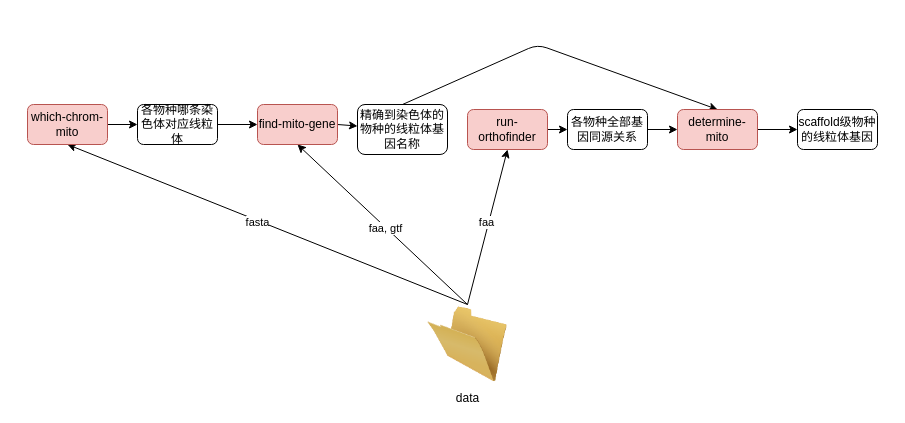
Before: .structure/structure.drawio in zliu90693/check-scaffold-mito, a draw.io diagram. Source tidied: cells renumbered, new cells numbered last; positions are measured from the earlier drawing's top-left corner, leaving out a move shared by most shapes. Both pictures are drawn from the tidied source at 100%, with x=0, y=0 at pixel (27, 44).
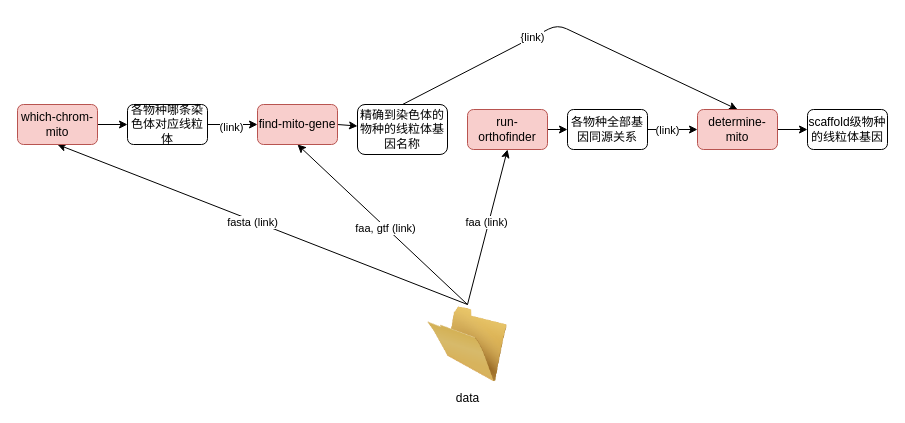
The same diagram, later.

The change refers to these unchanged cells:
```xml
<mxCell id="2" style="edgeStyle=none;html=1;exitX=0.5;exitY=0;exitDx=0;exitDy=0;entryX=0.5;entryY=1;entryDx=0;entryDy=0;" parent="1" edge="1" source="8" target="10">
  <mxGeometry relative="1" as="geometry" />
</mxCell>
<mxCell id="4" style="edgeStyle=none;html=1;exitX=0.5;exitY=0;exitDx=0;exitDy=0;entryX=0.5;entryY=1;entryDx=0;entryDy=0;" parent="1" edge="1" source="8" target="14">
  <mxGeometry relative="1" as="geometry" />
</mxCell>
<mxCell id="6" style="edgeStyle=none;html=1;exitX=0.5;exitY=0;exitDx=0;exitDy=0;entryX=0.5;entryY=1;entryDx=0;entryDy=0;" parent="1" edge="1" source="8" target="18">
  <mxGeometry relative="1" as="geometry" />
</mxCell>
<mxCell id="11" style="edgeStyle=none;html=1;exitX=1;exitY=0.5;exitDx=0;exitDy=0;entryX=0;entryY=0.5;entryDx=0;entryDy=0;" parent="1" edge="1" source="12" target="14">
  <mxGeometry relative="1" as="geometry" />
</mxCell>
<mxCell id="16" value="精确到染色体的物种的线粒体基因名称" style="rounded=1;whiteSpace=wrap;html=1;" parent="1" vertex="1">
  <mxGeometry x="330" y="60" width="90" height="50" as="geometry" />
</mxCell>
<mxCell id="19" style="edgeStyle=none;html=1;exitX=1;exitY=0.5;exitDx=0;exitDy=0;entryX=0;entryY=0.5;entryDx=0;entryDy=0;" parent="1" edge="1" source="20" target="22">
  <mxGeometry relative="1" as="geometry" />
</mxCell>
```

What changed in the source:
```diff
@@
-    <mxCell id="3" value="fasta" style="edgeLabel;html=1;align=center;verticalAlign=middle;" parent="2" vertex="1">
+    <mxCell id="3" value="fasta (link)" style="edgeLabel;html=1;align=center;verticalAlign=middle;" parent="2" vertex="1">
       <mxGeometry x="0.05" y="2" relative="1" as="geometry" />
     </mxCell>
@@
-    <mxCell id="5" value="faa, gtf" style="edgeLabel;html=1;align=center;verticalAlign=middle;" parent="4" vertex="1">
+    <mxCell id="5" value="faa, gtf (link)" style="edgeLabel;html=1;align=center;verticalAlign=middle;" parent="4" vertex="1">
       <mxGeometry x="-0.03" y="1" relative="1" as="geometry" />
     </mxCell>
@@
-    <mxCell id="7" value="faa" style="edgeLabel;html=1;align=center;verticalAlign=middle;" parent="6" vertex="1">
+    <mxCell id="7" value="faa (link)" style="edgeLabel;html=1;align=center;verticalAlign=middle;" parent="6" vertex="1">
       <mxGeometry x="0.05" y="3" relative="1" as="geometry" />
     </mxCell>
@@
     <mxCell id="10" value="which-chrom-mito" style="rounded=1;whiteSpace=wrap;html=1;fillColor=#f8cecc;strokeColor=#b85450;" parent="1" vertex="1">
-      <mxGeometry y="60" width="80" height="40" as="geometry" />
+      <mxGeometry x="-10" y="60" width="80" height="40" as="geometry" />
     </mxCell>
@@
+    <mxCell id="24" value="(link)" style="edgeLabel;html=1;align=center;verticalAlign=middle;" parent="11" vertex="1">
+      <mxGeometry x="-0.07" y="-2" relative="1" as="geometry" />
+    </mxCell>
     <mxCell id="12" value="各物种哪条染色体对应线粒体" style="rounded=1;whiteSpace=wrap;html=1;" parent="1" vertex="1">
-      <mxGeometry x="110" y="60" width="80" height="40" as="geometry" />
+      <mxGeometry x="100" y="60" width="80" height="40" as="geometry" />
     </mxCell>
@@
     <mxCell id="15" style="edgeStyle=none;html=1;exitX=0.5;exitY=0;exitDx=0;exitDy=0;entryX=0.5;entryY=0;entryDx=0;entryDy=0;" parent="1" edge="1" source="16" target="22">
       <mxGeometry relative="1" as="geometry">
         <Array as="points">
-          <mxPoint x="510" />
+          <mxPoint x="530" y="-20" />
         </Array>
       </mxGeometry>
     </mxCell>
+    <mxCell id="25" value="{link)" style="edgeLabel;html=1;align=center;verticalAlign=middle;" parent="15" vertex="1">
+      <mxGeometry x="-0.22" y="1" relative="1" as="geometry" />
+    </mxCell>
@@
+    <mxCell id="26" value="(link)" style="edgeLabel;html=1;align=center;verticalAlign=middle;" parent="19" vertex="1">
+      <mxGeometry x="-0.24" relative="1" as="geometry" />
+    </mxCell>
@@
     <mxCell id="22" value="determine-mito" style="rounded=1;whiteSpace=wrap;html=1;fillColor=#f8cecc;strokeColor=#b85450;" parent="1" vertex="1">
-      <mxGeometry x="650" y="65" width="80" height="40" as="geometry" />
+      <mxGeometry x="670" y="65" width="80" height="40" as="geometry" />
     </mxCell>
     <mxCell id="23" value="scaffold级物种的线粒体基因" style="rounded=1;whiteSpace=wrap;html=1;" parent="1" vertex="1">
-      <mxGeometry x="770" y="65" width="80" height="40" as="geometry" />
+      <mxGeometry x="780" y="65" width="80" height="40" as="geometry" />
     </mxCell>
```
